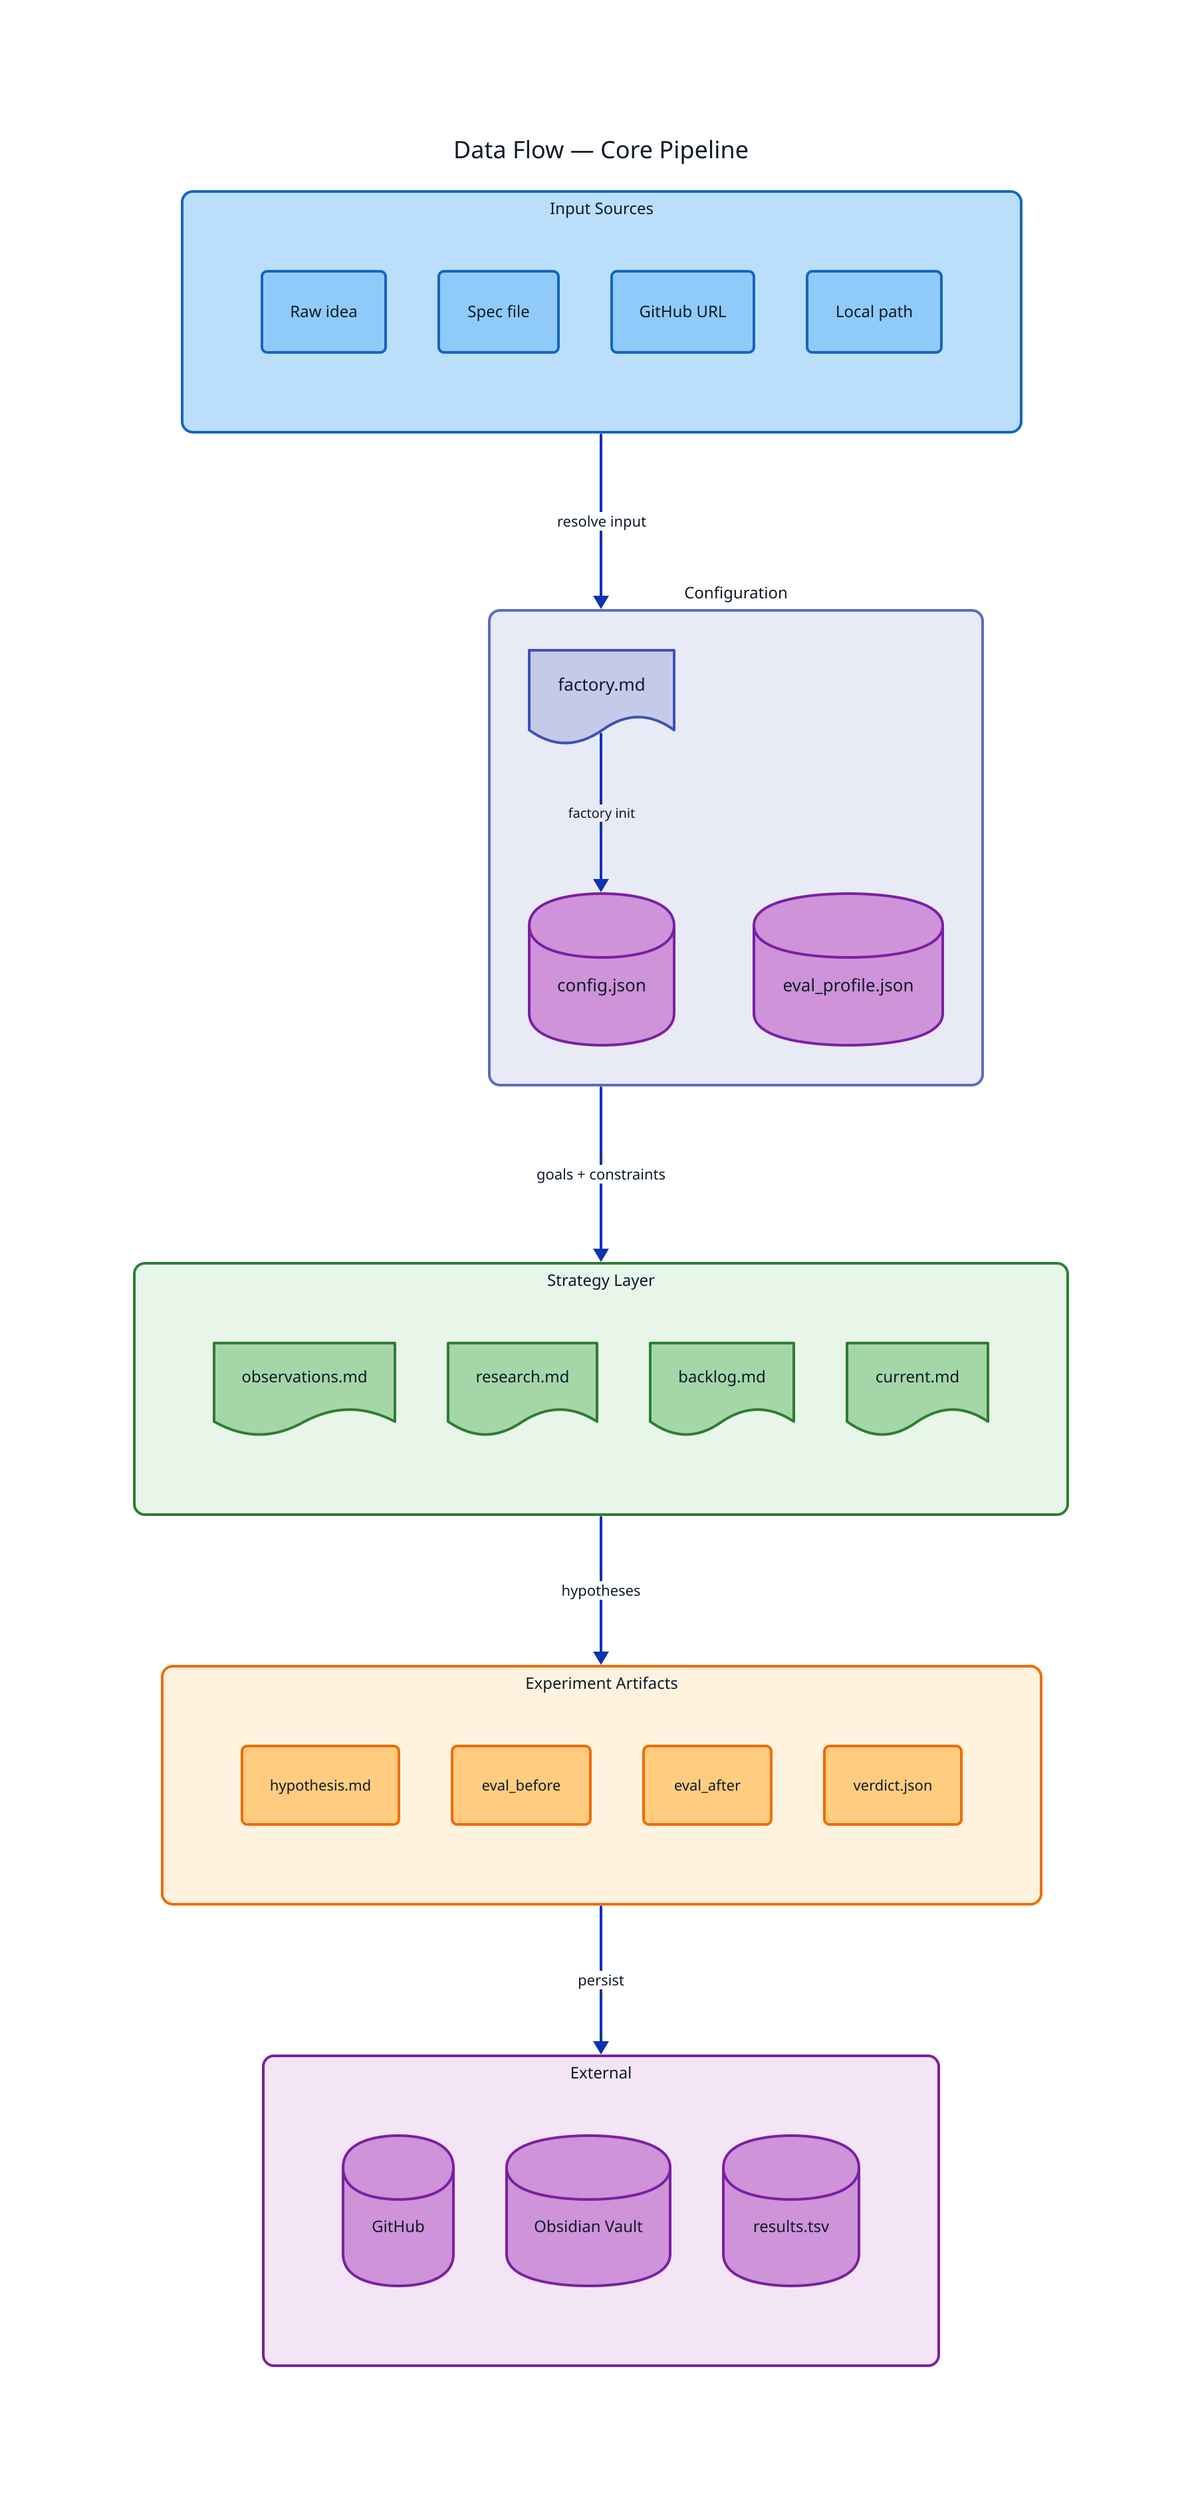
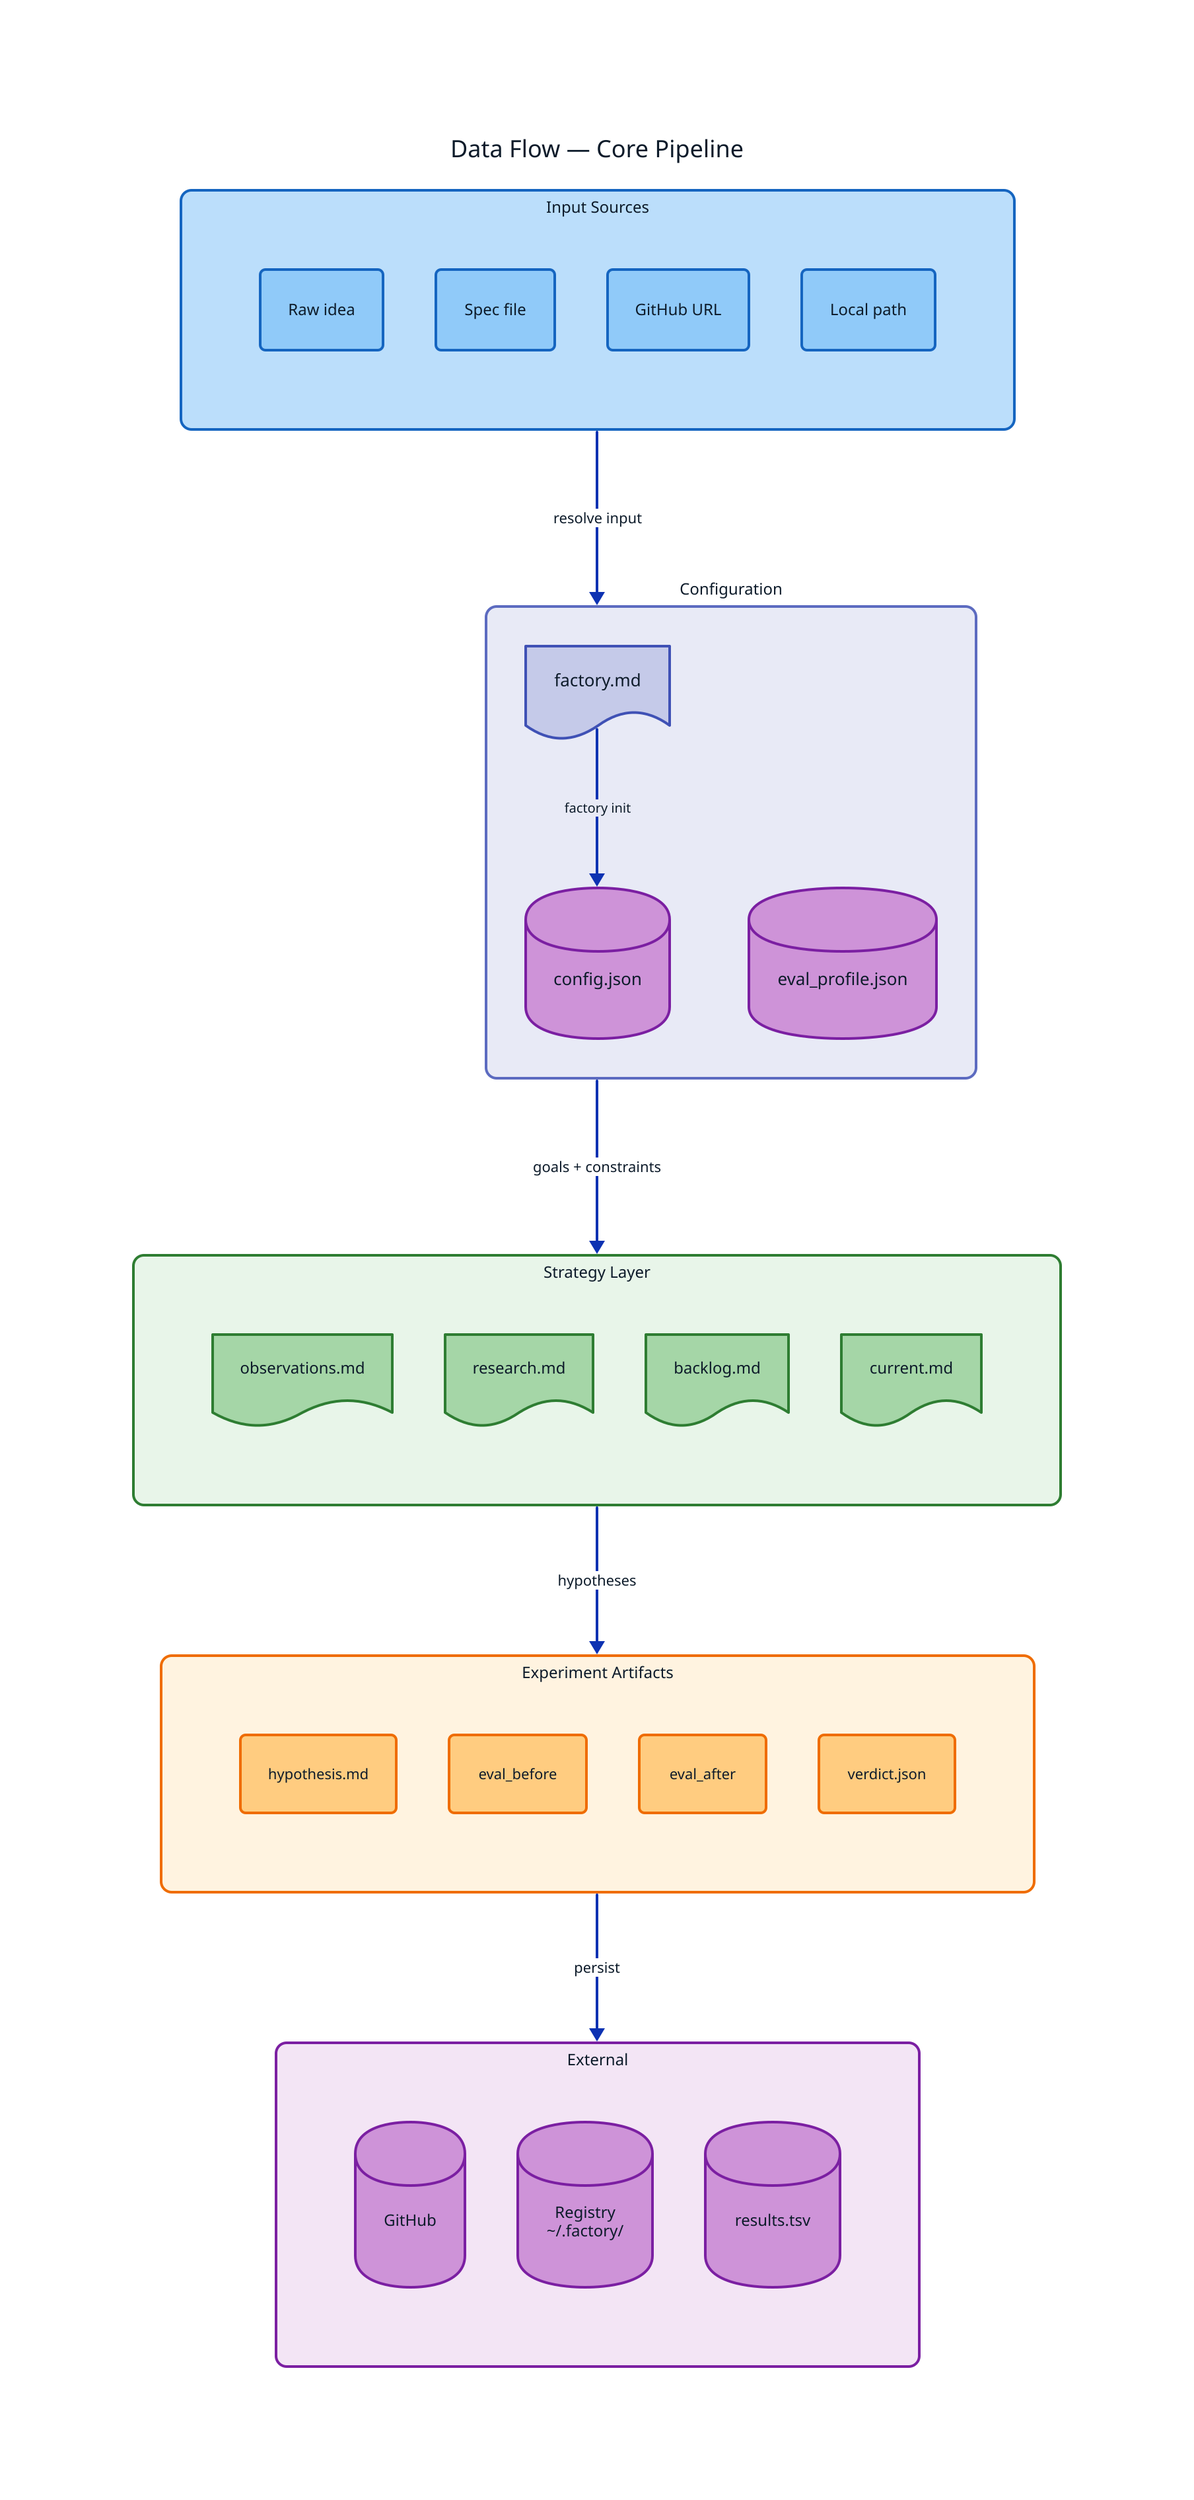
direction: down

vars: {
  d2-config: {
    layout-engine: elk
  }
}

title: {
  label: "Data Flow — Core Pipeline"
  near: top-center
  shape: text
  style: { font-size: 18; bold: true; font-color: "#0D1B2A" }
}

inputs: {
  label: "Input Sources"
  style: { fill: "#BBDEFB"; stroke: "#1565C0"; border-radius: 8; font-color: "#0D1B2A"; bold: true; font-size: 12 }
  grid-columns: 4

  idea: {
    label: "Raw idea"
    style: { fill: "#90CAF9"; stroke: "#1565C0"; font-color: "#0D1B2A"; font-size: 12; border-radius: 4 }
  }
  spec: {
    label: "Spec file"
    style: { fill: "#90CAF9"; stroke: "#1565C0"; font-color: "#0D1B2A"; font-size: 12; border-radius: 4 }
  }
  repo: {
    label: "GitHub URL"
    style: { fill: "#90CAF9"; stroke: "#1565C0"; font-color: "#0D1B2A"; font-size: 12; border-radius: 4 }
  }
  path: {
    label: "Local path"
    style: { fill: "#90CAF9"; stroke: "#1565C0"; font-color: "#0D1B2A"; font-size: 12; border-radius: 4 }
  }
}

config: {
  label: "Configuration"
  style: { fill: "#E8EAF6"; stroke: "#5C6BC0"; border-radius: 8; font-color: "#0D1B2A"; bold: true; font-size: 12 }

  factory_md: {
    label: "factory.md"
    shape: document
    style: { fill: "#C5CAE9"; stroke: "#3F51B5"; font-color: "#0D1B2A"; font-size: 13 }
  }
  config_json: {
    label: "config.json"
    shape: cylinder
    style: { fill: "#CE93D8"; stroke: "#7B1FA2"; font-color: "#0D1B2A"; font-size: 13 }
  }
  eval_profile: {
    label: "eval_profile.json"
    shape: cylinder
    style: { fill: "#CE93D8"; stroke: "#7B1FA2"; font-color: "#0D1B2A"; font-size: 13 }
  }

  factory_md -> config_json: "factory init" {
    style: { font-size: 10; font-color: "#0D1B2A" }
  }
}

strategy: {
  label: "Strategy Layer"
  style: { fill: "#E8F5E9"; stroke: "#2E7D32"; border-radius: 8; font-color: "#0D1B2A"; bold: true; font-size: 12 }
  grid-columns: 4

  observations: {
    label: observations.md
    shape: document
    style: { fill: "#A5D6A7"; stroke: "#2E7D32"; font-color: "#0D1B2A"; font-size: 12 }
  }
  research: {
    label: research.md
    shape: document
    style: { fill: "#A5D6A7"; stroke: "#2E7D32"; font-color: "#0D1B2A"; font-size: 12 }
  }
  backlog: {
    label: backlog.md
    shape: document
    style: { fill: "#A5D6A7"; stroke: "#2E7D32"; font-color: "#0D1B2A"; font-size: 12; bold: true }
  }
  current: {
    label: current.md
    shape: document
    style: { fill: "#A5D6A7"; stroke: "#2E7D32"; font-color: "#0D1B2A"; font-size: 12 }
  }
}

experiments: {
  label: "Experiment Artifacts"
  style: { fill: "#FFF3E0"; stroke: "#EF6C00"; border-radius: 8; font-color: "#0D1B2A"; bold: true; font-size: 12 }
  grid-columns: 4

  hypothesis: {
    label: hypothesis.md
    style: { fill: "#FFCC80"; stroke: "#EF6C00"; font-color: "#0D1B2A"; font-size: 11; border-radius: 4 }
  }
  eval_before: {
    label: eval_before
    style: { fill: "#FFCC80"; stroke: "#EF6C00"; font-color: "#0D1B2A"; font-size: 11; border-radius: 4 }
  }
  eval_after: {
    label: eval_after
    style: { fill: "#FFCC80"; stroke: "#EF6C00"; font-color: "#0D1B2A"; font-size: 11; border-radius: 4 }
  }
  verdict: {
    label: verdict.json
    style: { fill: "#FFCC80"; stroke: "#EF6C00"; font-color: "#0D1B2A"; font-size: 11; border-radius: 4 }
  }
}

external: {
  label: "External"
  style: { fill: "#F3E5F5"; stroke: "#7B1FA2"; border-radius: 8; font-color: "#0D1B2A"; bold: true; font-size: 12 }
  grid-columns: 3

  github: {
    label: GitHub
    shape: cylinder
    style: { fill: "#CE93D8"; stroke: "#7B1FA2"; font-color: "#0D1B2A"; font-size: 12 }
  }
-   vault: {
-     label: "Obsidian Vault"
+   registry: {
+     label: "Registry\n~/.factory/"
    shape: cylinder
    style: { fill: "#CE93D8"; stroke: "#7B1FA2"; font-color: "#0D1B2A"; font-size: 12 }
  }
  results_tsv: {
    label: results.tsv
    shape: cylinder
    style: { fill: "#CE93D8"; stroke: "#7B1FA2"; font-color: "#0D1B2A"; font-size: 12 }
  }
}

inputs -> config: "resolve input" {
  style: { font-size: 11; font-color: "#0D1B2A" }
}
config -> strategy: "goals + constraints" {
  style: { font-size: 11; font-color: "#0D1B2A" }
}
strategy -> experiments: "hypotheses" {
  style: { font-size: 11; font-color: "#0D1B2A" }
}
experiments -> external: "persist" {
  style: { font-size: 11; font-color: "#0D1B2A" }
}
